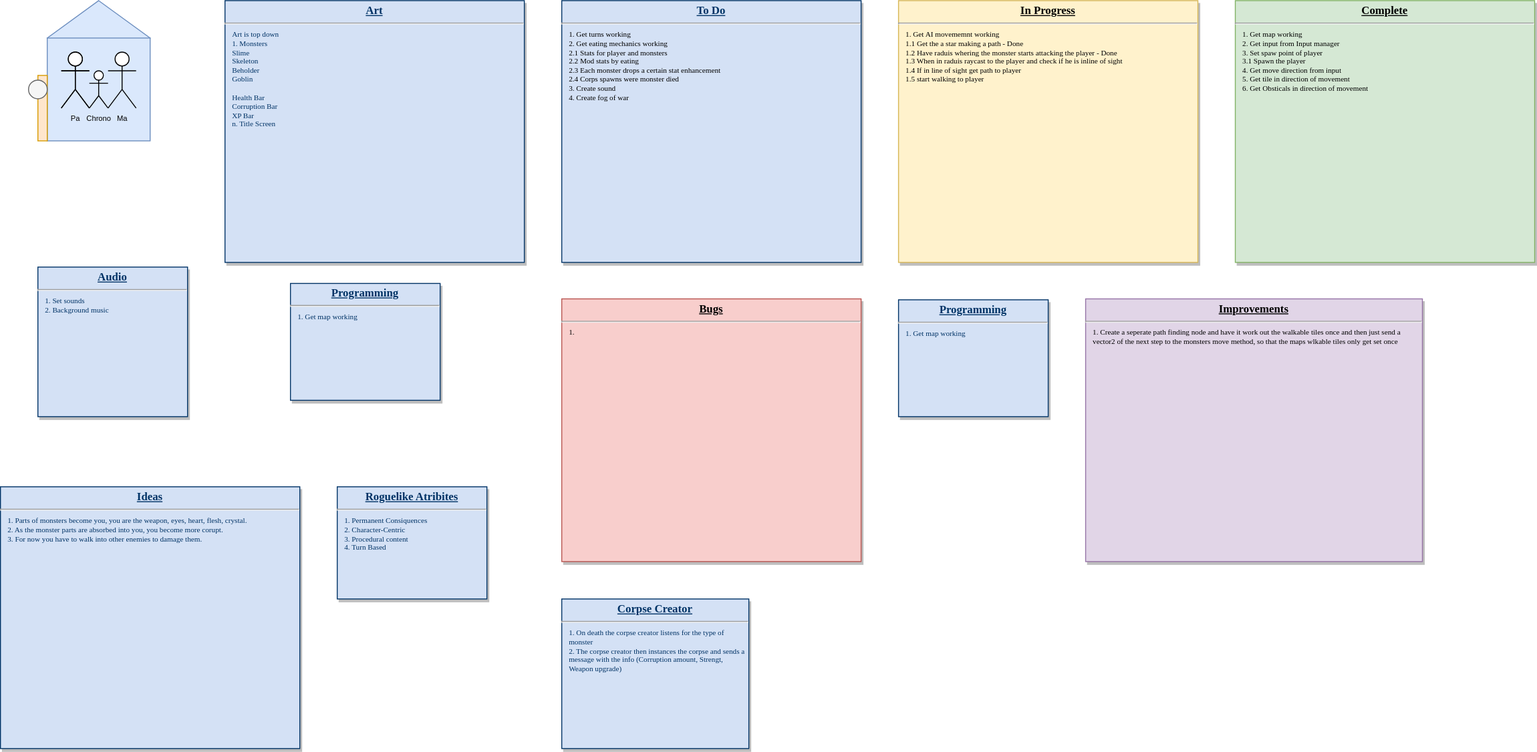
Above: Planning.svg in bitbear101/Insatiable (draw.io), before the change. Source tidied: cells renumbered, new cells last; positions are measured from the earlier drawing's top-left corner, leaving out a move shared by most shapes.
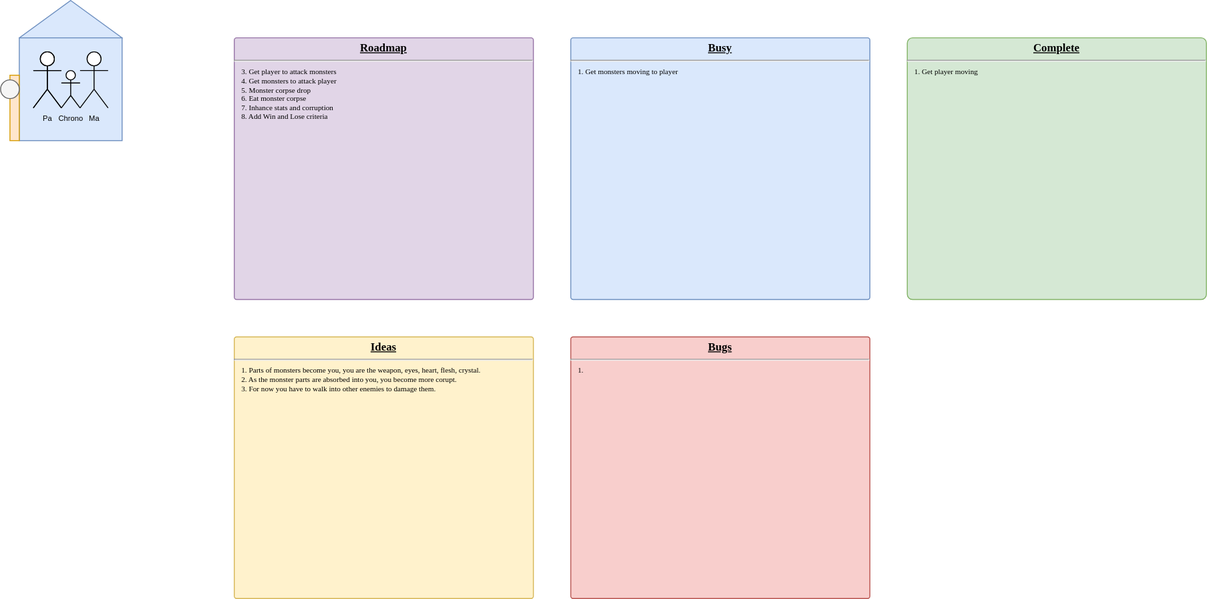
After the commit.

Change to the diagram source:
```diff
@@ -8,42 +8,12 @@
     <mxCell id="3" style="whiteSpace=wrap;html=1;fontSize=8;fillColor=#dae8fc;strokeColor=#6c8ebf;" parent="1" vertex="1">
       <mxGeometry x="50" y="40" width="110" height="110" as="geometry" />
     </mxCell>
-    <mxCell id="4" value="&lt;p style=&quot;margin: 0px ; margin-top: 4px ; text-align: center ; text-decoration: underline&quot;&gt;&lt;b&gt;Art&lt;/b&gt;&lt;/p&gt;&lt;hr&gt;&lt;p style=&quot;margin: 0px 0px 0px 8px ; font-size: 8px&quot;&gt;Art is top down&lt;/p&gt;&lt;p style=&quot;margin: 0px 0px 0px 8px ; font-size: 8px&quot;&gt;1. Monsters&lt;/p&gt;&lt;p style=&quot;margin: 0px 0px 0px 8px ; font-size: 8px&quot;&gt;Slime&lt;/p&gt;&lt;p style=&quot;margin: 0px 0px 0px 8px ; font-size: 8px&quot;&gt;Skeleton&lt;/p&gt;&lt;p style=&quot;margin: 0px 0px 0px 8px ; font-size: 8px&quot;&gt;Beholder&lt;/p&gt;&lt;p style=&quot;margin: 0px 0px 0px 8px ; font-size: 8px&quot;&gt;Goblin&lt;/p&gt;&lt;p style=&quot;margin: 0px 0px 0px 8px ; font-size: 8px&quot;&gt;&lt;br&gt;&lt;/p&gt;&lt;p style=&quot;margin: 0px 0px 0px 8px ; font-size: 8px&quot;&gt;Health Bar&lt;/p&gt;&lt;p style=&quot;margin: 0px 0px 0px 8px ; font-size: 8px&quot;&gt;Corruption Bar&lt;/p&gt;&lt;p style=&quot;margin: 0px 0px 0px 8px ; font-size: 8px&quot;&gt;XP Bar&lt;/p&gt;&lt;p style=&quot;margin: 0px 0px 0px 8px ; font-size: 8px&quot;&gt;n. Title Screen&lt;/p&gt;" style="verticalAlign=top;align=left;overflow=fill;fontSize=12;fontFamily=JetBrains Mono;html=1;strokeColor=#003366;shadow=1;fillColor=#D4E1F5;fontColor=#003366;fontSource=https%3A%2F%2Ffonts.googleapis.com%2Fcss%3Ffamily%3DJetBrains%2BMono;whiteSpace=wrap;" parent="1" vertex="1">
-      <mxGeometry x="240" width="320" height="280" as="geometry" />
-    </mxCell>
-    <mxCell id="5" value="&lt;p style=&quot;margin: 0px ; margin-top: 4px ; text-align: center ; text-decoration: underline&quot;&gt;&lt;b&gt;Programming&lt;/b&gt;&lt;/p&gt;&lt;hr&gt;&lt;p style=&quot;margin: 0px 0px 0px 8px ; font-size: 8px&quot;&gt;1. Get map working&lt;/p&gt;" style="verticalAlign=top;align=left;overflow=fill;fontSize=12;fontFamily=JetBrains Mono;html=1;strokeColor=#003366;shadow=1;fillColor=#D4E1F5;fontColor=#003366;fontSource=https%3A%2F%2Ffonts.googleapis.com%2Fcss%3Ffamily%3DJetBrains%2BMono;whiteSpace=wrap;" parent="1" vertex="1">
-      <mxGeometry x="310" y="302.5" width="160" height="125" as="geometry" />
-    </mxCell>
-    <mxCell id="6" value="&lt;p style=&quot;margin: 0px ; margin-top: 4px ; text-align: center ; text-decoration: underline&quot;&gt;&lt;b&gt;Audio&lt;/b&gt;&lt;/p&gt;&lt;hr&gt;&lt;p style=&quot;margin: 0px 0px 0px 8px ; font-size: 8px&quot;&gt;1. Set sounds&lt;/p&gt;&lt;p style=&quot;margin: 0px 0px 0px 8px ; font-size: 8px&quot;&gt;2. B&lt;span&gt;ackground music&lt;/span&gt;&lt;/p&gt;" style="verticalAlign=top;align=left;overflow=fill;fontSize=12;fontFamily=JetBrains Mono;html=1;strokeColor=#003366;shadow=1;fillColor=#D4E1F5;fontColor=#003366;fontSource=https%3A%2F%2Ffonts.googleapis.com%2Fcss%3Ffamily%3DJetBrains%2BMono;whiteSpace=wrap;" parent="1" vertex="1">
-      <mxGeometry x="40" y="285" width="160" height="160" as="geometry" />
-    </mxCell>
-    <mxCell id="7" value="&lt;p style=&quot;margin: 0px ; margin-top: 4px ; text-align: center ; text-decoration: underline&quot;&gt;&lt;b&gt;In Progress&lt;/b&gt;&lt;/p&gt;&lt;hr&gt;&lt;p style=&quot;margin: 0px 0px 0px 8px ; font-size: 8px&quot;&gt;&lt;span&gt;1. Get AI movememnt working&lt;/span&gt;&lt;/p&gt;&lt;p style=&quot;margin: 0px 0px 0px 8px ; font-size: 8px&quot;&gt;&lt;span&gt;1.1 Get the a star making a path - Done&lt;/span&gt;&lt;/p&gt;&lt;p style=&quot;margin: 0px 0px 0px 8px ; font-size: 8px&quot;&gt;&lt;span&gt;1.2 Have raduis whering the monster starts attacking the player - Done&lt;/span&gt;&lt;/p&gt;&lt;p style=&quot;margin: 0px 0px 0px 8px ; font-size: 8px&quot;&gt;&lt;span&gt;1.3 When in raduis raycast to the player and check if he is inline of sight&amp;nbsp;&lt;/span&gt;&lt;/p&gt;&lt;p style=&quot;margin: 0px 0px 0px 8px ; font-size: 8px&quot;&gt;&lt;span&gt;1.4 If in line of sight get path to player&lt;/span&gt;&lt;/p&gt;&lt;p style=&quot;margin: 0px 0px 0px 8px ; font-size: 8px&quot;&gt;&lt;span&gt;1.5 start walking to player&lt;/span&gt;&lt;/p&gt;&lt;p style=&quot;margin: 0px 0px 0px 8px ; font-size: 8px&quot;&gt;&lt;br&gt;&lt;/p&gt;" style="verticalAlign=top;align=left;overflow=fill;fontSize=12;fontFamily=JetBrains Mono;html=1;strokeColor=#d6b656;shadow=1;fillColor=#fff2cc;fontSource=https%3A%2F%2Ffonts.googleapis.com%2Fcss%3Ffamily%3DJetBrains%2BMono;whiteSpace=wrap;" parent="1" vertex="1">
-      <mxGeometry x="960" width="320" height="280" as="geometry" />
-    </mxCell>
-    <mxCell id="8" value="&lt;p style=&quot;margin: 0px ; margin-top: 4px ; text-align: center ; text-decoration: underline&quot;&gt;&lt;b&gt;To Do&lt;/b&gt;&lt;/p&gt;&lt;hr&gt;&lt;p style=&quot;color: rgb(0 , 0 , 0) ; margin: 0px 0px 0px 8px ; font-size: 8px&quot;&gt;1. Get turns working&lt;/p&gt;&lt;p style=&quot;color: rgb(0 , 0 , 0) ; margin: 0px 0px 0px 8px ; font-size: 8px&quot;&gt;2. Get eating mechanics working&lt;/p&gt;&lt;p style=&quot;color: rgb(0 , 0 , 0) ; margin: 0px 0px 0px 8px ; font-size: 8px&quot;&gt;2.1 Stats for player and monsters&lt;/p&gt;&lt;p style=&quot;color: rgb(0 , 0 , 0) ; margin: 0px 0px 0px 8px ; font-size: 8px&quot;&gt;2.2 Mod stats by eating&lt;/p&gt;&lt;p style=&quot;color: rgb(0 , 0 , 0) ; margin: 0px 0px 0px 8px ; font-size: 8px&quot;&gt;2.3 Each monster drops a certain stat enhancement&lt;/p&gt;&lt;p style=&quot;color: rgb(0 , 0 , 0) ; margin: 0px 0px 0px 8px ; font-size: 8px&quot;&gt;2.4 Corps spawns were monster died&lt;/p&gt;&lt;p style=&quot;color: rgb(0 , 0 , 0) ; margin: 0px 0px 0px 8px ; font-size: 8px&quot;&gt;3. Create sound&lt;/p&gt;&lt;p style=&quot;color: rgb(0 , 0 , 0) ; margin: 0px 0px 0px 8px ; font-size: 8px&quot;&gt;4. Create fog of war&lt;/p&gt;" style="verticalAlign=top;align=left;overflow=fill;fontSize=12;fontFamily=JetBrains Mono;html=1;strokeColor=#003366;shadow=1;fillColor=#D4E1F5;fontColor=#003366;fontSource=https%3A%2F%2Ffonts.googleapis.com%2Fcss%3Ffamily%3DJetBrains%2BMono;whiteSpace=wrap;" parent="1" vertex="1">
-      <mxGeometry x="600" width="320" height="280" as="geometry" />
-    </mxCell>
-    <mxCell id="9" value="&lt;p style=&quot;margin: 0px ; margin-top: 4px ; text-align: center ; text-decoration: underline&quot;&gt;&lt;b&gt;Bugs&lt;/b&gt;&lt;/p&gt;&lt;hr&gt;&lt;p style=&quot;margin: 0px 0px 0px 8px ; font-size: 8px&quot;&gt;1.&amp;nbsp;&lt;/p&gt;" style="verticalAlign=top;align=left;overflow=fill;fontSize=12;fontFamily=JetBrains Mono;html=1;strokeColor=#b85450;shadow=1;fillColor=#f8cecc;fontSource=https%3A%2F%2Ffonts.googleapis.com%2Fcss%3Ffamily%3DJetBrains%2BMono;whiteSpace=wrap;" parent="1" vertex="1">
-      <mxGeometry x="600" y="319" width="320" height="281" as="geometry" />
-    </mxCell>
-    <mxCell id="10" value="&lt;p style=&quot;margin: 0px ; margin-top: 4px ; text-align: center ; text-decoration: underline&quot;&gt;&lt;b&gt;Complete&lt;/b&gt;&lt;/p&gt;&lt;hr&gt;&lt;p style=&quot;margin: 0px 0px 0px 8px ; font-size: 8px&quot;&gt;1. Get map working&lt;/p&gt;&lt;p style=&quot;margin: 0px 0px 0px 8px ; font-size: 8px&quot;&gt;2. Get input from Input manager&lt;/p&gt;&lt;p style=&quot;margin: 0px 0px 0px 8px ; font-size: 8px&quot;&gt;3. Set spaw point of player&lt;br&gt;&lt;/p&gt;&lt;p style=&quot;margin: 0px 0px 0px 8px ; font-size: 8px&quot;&gt;3.1 Spawn the player&lt;/p&gt;&lt;p style=&quot;margin: 0px 0px 0px 8px ; font-size: 8px&quot;&gt;4. Get move direction from input&lt;br&gt;&lt;/p&gt;&lt;p style=&quot;margin: 0px 0px 0px 8px ; font-size: 8px&quot;&gt;5. Get tile in direction of movement&lt;/p&gt;&lt;p style=&quot;margin: 0px 0px 0px 8px ; font-size: 8px&quot;&gt;6. Get Obsticals in direction of movement&lt;/p&gt;" style="verticalAlign=top;align=left;overflow=fill;fontSize=12;fontFamily=JetBrains Mono;html=1;strokeColor=#82b366;shadow=1;fillColor=#d5e8d4;fontSource=https%3A%2F%2Ffonts.googleapis.com%2Fcss%3Ffamily%3DJetBrains%2BMono;whiteSpace=wrap;" parent="1" vertex="1">
-      <mxGeometry x="1320" width="320" height="280" as="geometry" />
+    <mxCell id="10" value="&lt;p style=&quot;margin: 0px ; margin-top: 4px ; text-align: center ; text-decoration: underline&quot;&gt;&lt;b&gt;Complete&lt;/b&gt;&lt;/p&gt;&lt;hr&gt;&lt;p style=&quot;margin: 0px 0px 0px 8px ; font-size: 8px&quot;&gt;1. Get player moving&lt;/p&gt;" style="verticalAlign=top;align=left;overflow=fill;fontSize=12;fontFamily=JetBrains Mono;html=1;strokeColor=#82b366;shadow=0;fillColor=#d5e8d4;fontSource=https%3A%2F%2Ffonts.googleapis.com%2Fcss%3Ffamily%3DJetBrains%2BMono;whiteSpace=wrap;glass=0;rounded=1;arcSize=2;imageHeight=24;" parent="1" vertex="1">
+      <mxGeometry x="1000" y="40" width="320" height="280" as="geometry" />
     </mxCell>
-    <mxCell id="11" value="&lt;p style=&quot;margin: 0px ; margin-top: 4px ; text-align: center ; text-decoration: underline&quot;&gt;&lt;strong&gt;Roguelike Atribites&lt;/strong&gt;&lt;/p&gt;&lt;hr&gt;&lt;p style=&quot;margin: 0px 0px 0px 8px ; font-size: 8px&quot;&gt;1. Permanent Consiquences&lt;/p&gt;&lt;p style=&quot;margin: 0px 0px 0px 8px ; font-size: 8px&quot;&gt;2. Character-Centric&lt;/p&gt;&lt;p style=&quot;margin: 0px 0px 0px 8px ; font-size: 8px&quot;&gt;3. Procedural content&lt;/p&gt;&lt;p style=&quot;margin: 0px 0px 0px 8px ; font-size: 8px&quot;&gt;4. Turn Based&lt;/p&gt;" style="verticalAlign=top;align=left;overflow=fill;fontSize=12;fontFamily=JetBrains Mono;html=1;strokeColor=#003366;shadow=1;fillColor=#D4E1F5;fontColor=#003366;fontSource=https%3A%2F%2Ffonts.googleapis.com%2Fcss%3Ffamily%3DJetBrains%2BMono;" parent="1" vertex="1">
-      <mxGeometry x="360" y="520" width="160" height="120" as="geometry" />
-    </mxCell>
-    <mxCell id="12" value="&lt;p style=&quot;margin: 0px ; margin-top: 4px ; text-align: center ; text-decoration: underline&quot;&gt;&lt;b&gt;Ideas&lt;/b&gt;&lt;/p&gt;&lt;hr&gt;&lt;p style=&quot;margin: 0px 0px 0px 8px ; font-size: 8px&quot;&gt;1. Parts of monsters become you, you are the weapon, eyes,&lt;span&gt;&amp;nbsp;heart, flesh, crystal.&lt;/span&gt;&lt;/p&gt;&lt;p style=&quot;margin: 0px 0px 0px 8px ; font-size: 8px&quot;&gt;&lt;span&gt;2. As the monster parts are absorbed into you, you become more corupt.&lt;/span&gt;&lt;/p&gt;&lt;p style=&quot;margin: 0px 0px 0px 8px ; font-size: 8px&quot;&gt;&lt;span&gt;3. For now you have to walk into other enemies to damage them.&lt;/span&gt;&lt;/p&gt;&lt;p style=&quot;margin: 0px 0px 0px 8px ; font-size: 8px&quot;&gt;&lt;span&gt;&lt;br&gt;&lt;/span&gt;&lt;/p&gt;&lt;p style=&quot;margin: 0px 0px 0px 8px ; font-size: 8px&quot;&gt;&lt;span&gt;&lt;br&gt;&lt;/span&gt;&lt;/p&gt;" style="verticalAlign=top;align=left;overflow=fill;fontSize=12;fontFamily=JetBrains Mono;html=1;strokeColor=#003366;shadow=1;fillColor=#D4E1F5;fontColor=#003366;fontSource=https%3A%2F%2Ffonts.googleapis.com%2Fcss%3Ffamily%3DJetBrains%2BMono;whiteSpace=wrap;" parent="1" vertex="1">
-      <mxGeometry y="520" width="320" height="280" as="geometry" />
+    <mxCell id="12" value="&lt;p style=&quot;margin: 0px ; margin-top: 4px ; text-align: center ; text-decoration: underline&quot;&gt;&lt;b&gt;Ideas&lt;/b&gt;&lt;/p&gt;&lt;hr&gt;&lt;p style=&quot;margin: 0px 0px 0px 8px ; font-size: 8px&quot;&gt;1. Parts of monsters become you, you are the weapon, eyes,&lt;span&gt;&amp;nbsp;heart, flesh, crystal.&lt;/span&gt;&lt;/p&gt;&lt;p style=&quot;margin: 0px 0px 0px 8px ; font-size: 8px&quot;&gt;&lt;span&gt;2. As the monster parts are absorbed into you, you become more corupt.&lt;/span&gt;&lt;/p&gt;&lt;p style=&quot;margin: 0px 0px 0px 8px ; font-size: 8px&quot;&gt;&lt;span&gt;3. For now you have to walk into other enemies to damage them.&lt;/span&gt;&lt;/p&gt;&lt;p style=&quot;margin: 0px 0px 0px 8px ; font-size: 8px&quot;&gt;&lt;span&gt;&lt;br&gt;&lt;/span&gt;&lt;/p&gt;&lt;p style=&quot;margin: 0px 0px 0px 8px ; font-size: 8px&quot;&gt;&lt;span&gt;&lt;br&gt;&lt;/span&gt;&lt;/p&gt;" style="verticalAlign=top;align=left;overflow=fill;fontSize=12;fontFamily=JetBrains Mono;html=1;strokeColor=#d6b656;shadow=0;fillColor=#fff2cc;fontSource=https%3A%2F%2Ffonts.googleapis.com%2Fcss%3Ffamily%3DJetBrains%2BMono;whiteSpace=wrap;rounded=1;arcSize=5;absoluteArcSize=1;" parent="1" vertex="1">
+      <mxGeometry x="280" y="360" width="320" height="280" as="geometry" />
     </mxCell>
-    <mxCell id="13" value="&lt;p style=&quot;margin: 4px 0px 0px ; text-align: center&quot;&gt;&lt;b&gt;&lt;u&gt;Programming&lt;/u&gt;&lt;/b&gt;&lt;br&gt;&lt;/p&gt;&lt;hr&gt;&lt;p style=&quot;margin: 0px 0px 0px 8px ; font-size: 8px&quot;&gt;1. Get map working&lt;/p&gt;" style="verticalAlign=top;align=left;overflow=fill;fontSize=12;fontFamily=JetBrains Mono;html=1;strokeColor=#003366;shadow=1;fillColor=#D4E1F5;fontColor=#003366;fontSource=https%3A%2F%2Ffonts.googleapis.com%2Fcss%3Ffamily%3DJetBrains%2BMono;whiteSpace=wrap;" parent="1" vertex="1">
-      <mxGeometry x="960" y="320" width="160" height="125" as="geometry" />
-    </mxCell>
-    <mxCell id="14" value="&lt;p style=&quot;margin: 4px 0px 0px ; text-align: center&quot;&gt;&lt;b&gt;&lt;u&gt;Improvements&lt;/u&gt;&lt;/b&gt;&lt;/p&gt;&lt;hr&gt;&lt;p style=&quot;margin: 0px 0px 0px 8px ; font-size: 8px&quot;&gt;1. Create a seperate path finding node and have it work out the walkable tiles once and then just send a vector2 of the next step to the monsters move method, so that the maps wlkable tiles only get set once&lt;/p&gt;" style="verticalAlign=top;align=left;overflow=fill;fontSize=12;fontFamily=JetBrains Mono;html=1;strokeColor=#9673a6;shadow=1;fillColor=#e1d5e7;fontSource=https%3A%2F%2Ffonts.googleapis.com%2Fcss%3Ffamily%3DJetBrains%2BMono;whiteSpace=wrap;" parent="1" vertex="1">
-      <mxGeometry x="1160" y="319" width="360" height="281" as="geometry" />
-    </mxCell>
-    <mxCell id="15" value="&lt;p style=&quot;margin: 0px ; margin-top: 4px ; text-align: center ; text-decoration: underline&quot;&gt;&lt;b&gt;Corpse Creator&lt;/b&gt;&lt;/p&gt;&lt;hr&gt;&lt;p style=&quot;margin: 0px 0px 0px 8px ; font-size: 8px&quot;&gt;1. On death the corpse creator listens for the type of monster&lt;/p&gt;&lt;p style=&quot;margin: 0px 0px 0px 8px ; font-size: 8px&quot;&gt;2. The corpse creator then instances the corpse and sends a message with the info (Corruption amount, Strengt, Weapon upgrade)&lt;/p&gt;" style="verticalAlign=top;align=left;overflow=fill;fontSize=12;fontFamily=JetBrains Mono;html=1;strokeColor=#003366;shadow=1;fillColor=#D4E1F5;fontColor=#003366;fontSource=https%3A%2F%2Ffonts.googleapis.com%2Fcss%3Ffamily%3DJetBrains%2BMono;whiteSpace=wrap;" parent="1" vertex="1">
-      <mxGeometry x="600" y="640" width="200" height="160" as="geometry" />
-    </mxCell>
     <mxCell id="16" value="Pa" style="shape=umlActor;verticalLabelPosition=bottom;verticalAlign=top;html=1;fontSize=8;" parent="1" vertex="1">
       <mxGeometry x="65" y="55" width="30" height="60" as="geometry" />
     </mxCell>
@@ -62,5 +32,14 @@
     <mxCell id="21" style="ellipse;whiteSpace=wrap;html=1;fontSize=8;fillColor=#f5f5f5;strokeColor=#666666;fontColor=#333333;" parent="1" vertex="1">
       <mxGeometry x="30" y="85" width="20" height="20" as="geometry" />
     </mxCell>
+    <mxCell id="9" value="&lt;p style=&quot;margin: 0px ; margin-top: 4px ; text-align: center ; text-decoration: underline&quot;&gt;&lt;b&gt;Bugs&lt;/b&gt;&lt;/p&gt;&lt;hr&gt;&lt;p style=&quot;margin: 0px 0px 0px 8px ; font-size: 8px&quot;&gt;1.&amp;nbsp;&lt;/p&gt;" style="verticalAlign=top;align=left;overflow=fill;fontSize=12;fontFamily=JetBrains Mono;html=1;strokeColor=#b85450;shadow=0;fillColor=#f8cecc;fontSource=https%3A%2F%2Ffonts.googleapis.com%2Fcss%3Ffamily%3DJetBrains%2BMono;whiteSpace=wrap;glass=0;rounded=1;arcSize=5;imageHeight=24;absoluteArcSize=1;" parent="1" vertex="1">
+      <mxGeometry x="640" y="360" width="320" height="280" as="geometry" />
+    </mxCell>
+    <mxCell id="22" value="&lt;p style=&quot;margin: 0px ; margin-top: 4px ; text-align: center ; text-decoration: underline&quot;&gt;&lt;b&gt;Busy&lt;/b&gt;&lt;/p&gt;&lt;hr&gt;&lt;p style=&quot;margin: 0px 0px 0px 8px ; font-size: 8px&quot;&gt;1. Get monsters moving to player&lt;/p&gt;" style="verticalAlign=top;align=left;overflow=fill;fontSize=12;fontFamily=JetBrains Mono;html=1;strokeColor=#6c8ebf;shadow=0;fillColor=#dae8fc;fontSource=https%3A%2F%2Ffonts.googleapis.com%2Fcss%3Ffamily%3DJetBrains%2BMono;whiteSpace=wrap;glass=0;rounded=1;arcSize=5;imageHeight=24;absoluteArcSize=1;" parent="1" vertex="1">
+      <mxGeometry x="640" y="40" width="320" height="280" as="geometry" />
+    </mxCell>
+    <mxCell id="23" value="&lt;p style=&quot;margin: 0px ; margin-top: 4px ; text-align: center ; text-decoration: underline&quot;&gt;&lt;b&gt;Roadmap&lt;/b&gt;&lt;/p&gt;&lt;hr&gt;&lt;p style=&quot;margin: 0px 0px 0px 8px ; font-size: 8px&quot;&gt;&lt;span style=&quot;background-color: initial;&quot;&gt;3. Get player to attack monsters&lt;/span&gt;&lt;br&gt;&lt;/p&gt;&lt;p style=&quot;margin: 0px 0px 0px 8px ; font-size: 8px&quot;&gt;4. Get monsters to attack player&lt;/p&gt;&lt;p style=&quot;margin: 0px 0px 0px 8px ; font-size: 8px&quot;&gt;5. Monster corpse drop&lt;/p&gt;&lt;p style=&quot;margin: 0px 0px 0px 8px ; font-size: 8px&quot;&gt;6. Eat monster corpse&lt;/p&gt;&lt;p style=&quot;margin: 0px 0px 0px 8px ; font-size: 8px&quot;&gt;7. Inhance stats and corruption&lt;/p&gt;&lt;p style=&quot;margin: 0px 0px 0px 8px ; font-size: 8px&quot;&gt;8. Add Win and Lose criteria&lt;/p&gt;" style="verticalAlign=top;align=left;overflow=fill;fontSize=12;fontFamily=JetBrains Mono;html=1;strokeColor=#9673a6;shadow=0;fillColor=#e1d5e7;fontSource=https%3A%2F%2Ffonts.googleapis.com%2Fcss%3Ffamily%3DJetBrains%2BMono;whiteSpace=wrap;glass=0;rounded=1;arcSize=5;imageHeight=24;absoluteArcSize=1;" parent="1" vertex="1">
+      <mxGeometry x="280" y="40" width="320" height="280" as="geometry" />
+    </mxCell>
   </root>
 </mxGraphModel>
```
